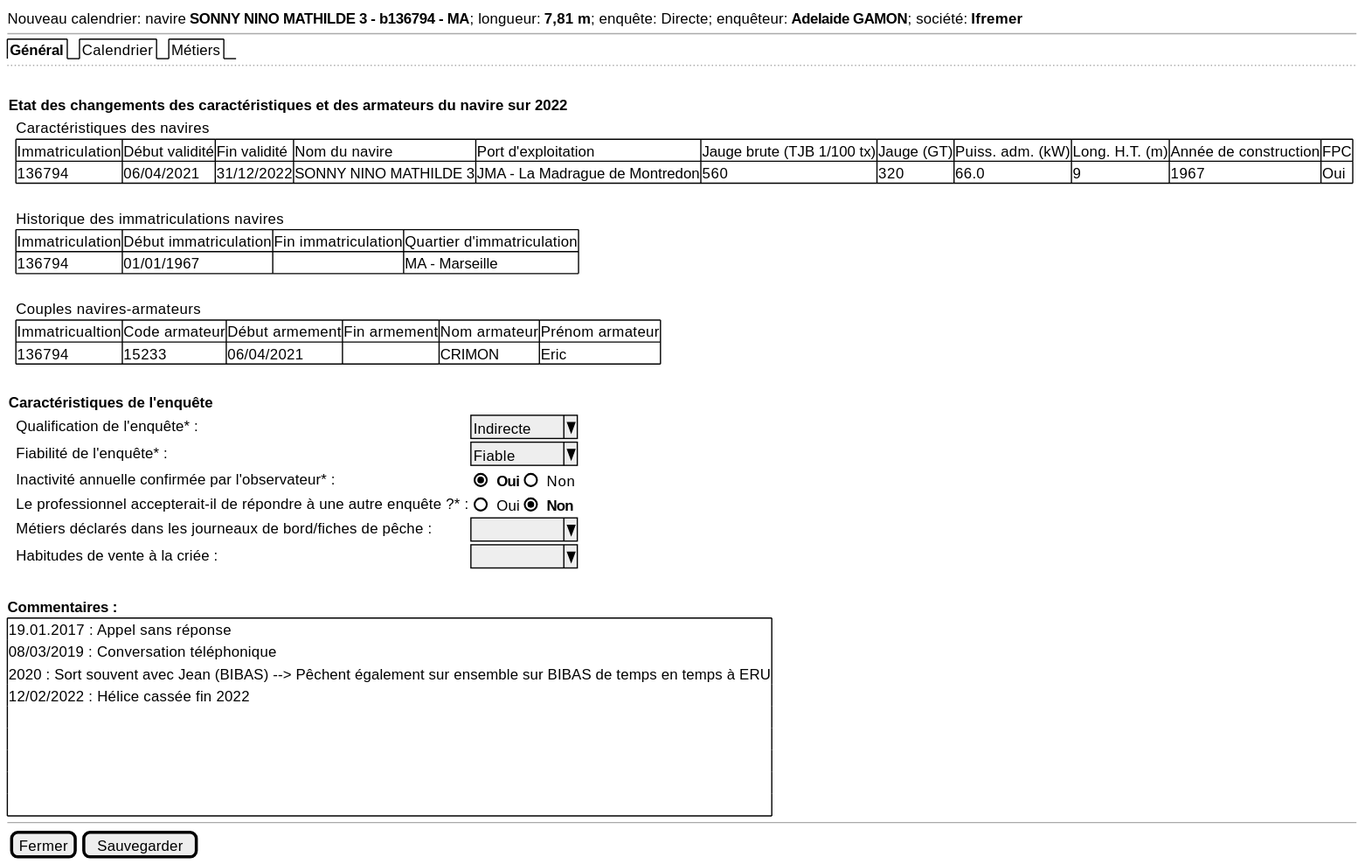
This is projects/activity-calendar/spe/images/activity-calendar-new-general.svg from sumaris-net/sumaris-doc, a PlantUML export, as it was before one commit.
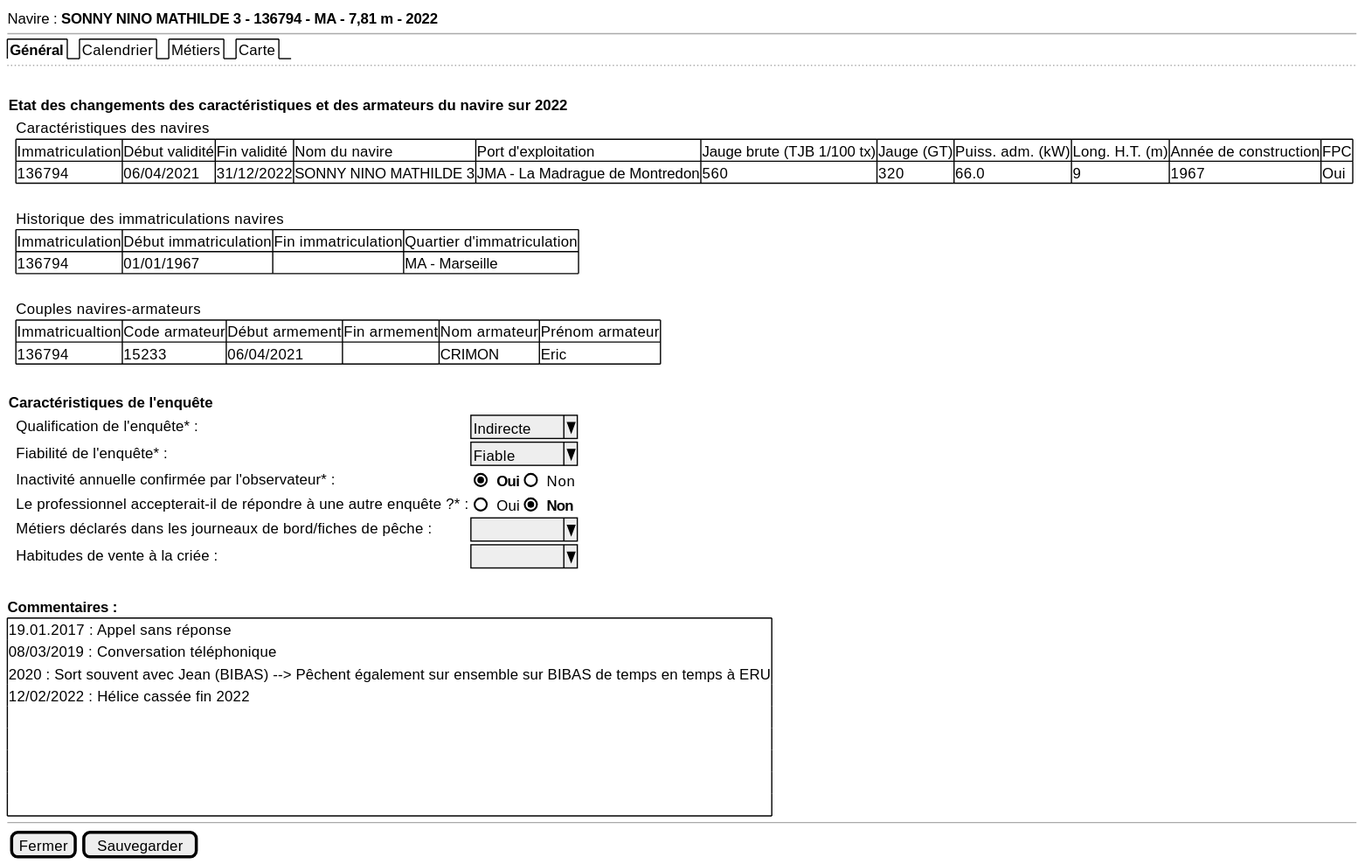
After the commit.

What changed in the source:
```diff
@@ -1,8 +1,8 @@
 @startsalt
 {
-  Nouveau calendrier: navire <b>SONNY NINO MATHILDE 3 - b136794 - MA</b>; longueur: <b>7,81 m</b>; enquête: Directe; enquêteur: <b>Adelaide GAMON</b>; société: <b>Ifremer</b>
+  Navire : <b>SONNY NINO MATHILDE 3 - 136794 - MA - 7,81 m - 2022
   --
-  {/ <b>Général | Calendrier | Métiers }
+  {/ <b>Général | Calendrier | Métiers | Carte}
   ..
   .
   {
```
